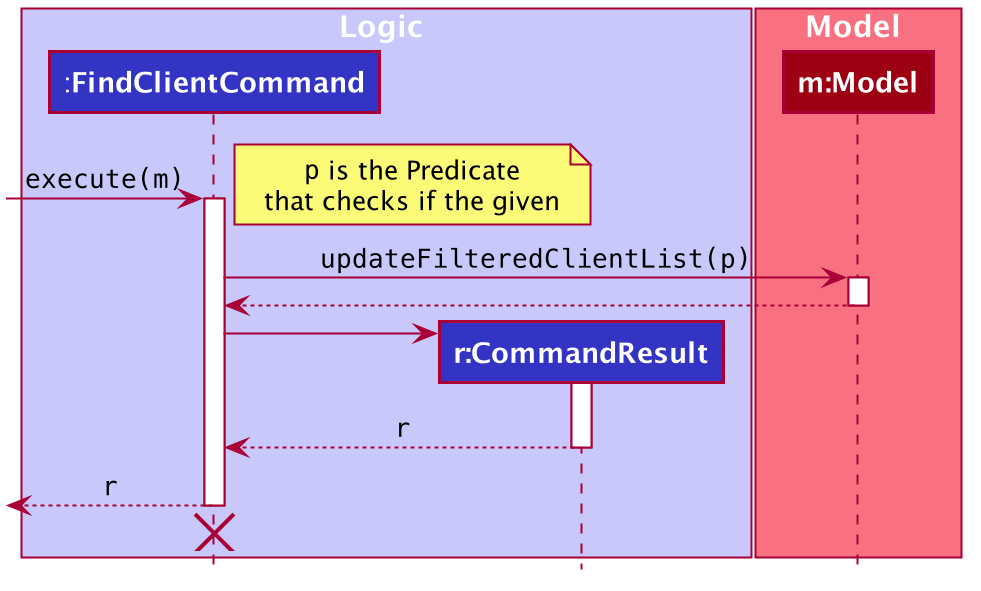
Above: docs/images/FindClientSequenceDiagram.png in yanlynnnnn/tp (PlantUML), before the change.
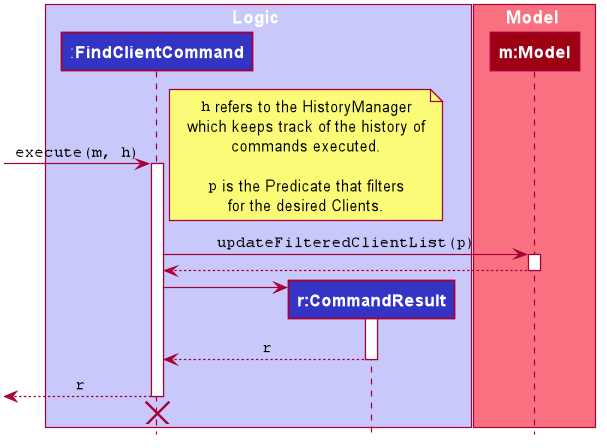
Above is the later version.

Commit message:
Add parameter h into puml diagrams to account for HistoryManager parameter

The edit, as a diff of the source:
```diff
@@ -59,12 +59,16 @@
 participant "**m:Model**" as Model #9D0012
 end box
 
-[-> FindClientCommand : ""execute(m)""
+[-> FindClientCommand : ""execute(m, h)""
 activate FindClientCommand
 
 note right
-""p"" is the Predicate
-that checks if the given
+""h"" refers to the HistoryManager
+which keeps track of the history of
+commands executed.
+
+""p"" is the Predicate that filters
+for the desired Clients.
 end note
 
 FindClientCommand -> Model : ""updateFilteredClientList(p)""
@@ -86,7 +90,4 @@
 FindClientCommand -[hidden]> CommandResult
 destroy FindClientCommand
 
-
-
-
 @enduml
```
